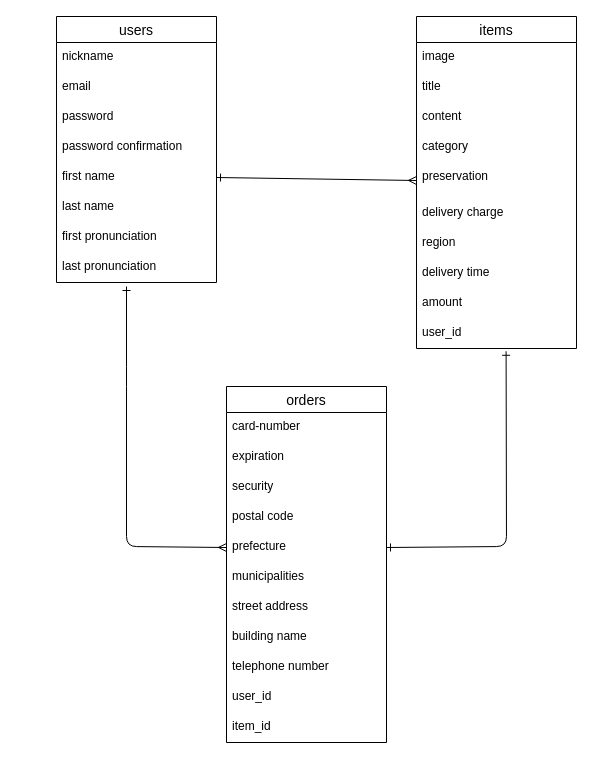
Before: ER.dio in hiyokomame2525/furima-40055, a draw.io diagram. Source tidied: cells renumbered, new cells numbered last; positions are measured from the earlier drawing's top-left corner, leaving out a move shared by most shapes. Both pictures are drawn from the tidied source at 100%, with x=0, y=0 at pixel (56, 16).
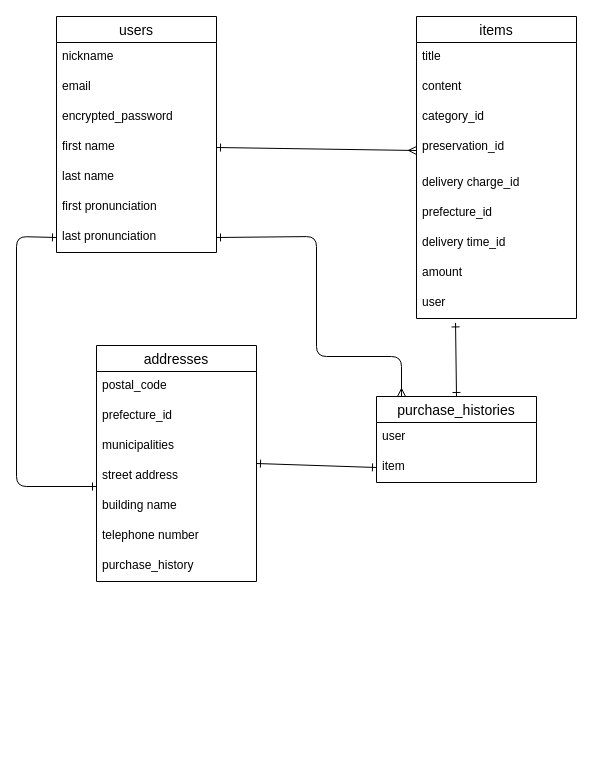
The same diagram, later.

Diff of the diagram source:
```diff
@@
     <mxCell id="2" value="users" style="swimlane;fontStyle=0;horizontal=1;startSize=26;align=center;fontSize=14;" parent="1" vertex="1">
-      <mxGeometry width="160" height="266" as="geometry" />
+      <mxGeometry width="160" height="236" as="geometry" />
     </mxCell>
@@
-    <mxCell id="5" value="password" style="text;strokeColor=none;fillColor=none;spacingLeft=4;spacingRight=4;overflow=hidden;fontSize=12;" parent="2" vertex="1">
+    <mxCell id="5" value="encrypted_password" style="text;strokeColor=none;fillColor=none;spacingLeft=4;spacingRight=4;overflow=hidden;fontSize=12;" parent="2" vertex="1">
       <mxGeometry y="86" width="160" height="30" as="geometry" />
     </mxCell>
-    <mxCell id="6" value="password confirmation" style="text;strokeColor=none;fillColor=none;spacingLeft=4;spacingRight=4;overflow=hidden;fontSize=12;" parent="2" vertex="1">
-      <mxGeometry y="116" width="160" height="30" as="geometry" />
-    </mxCell>
     <mxCell id="7" value="first name" style="text;strokeColor=none;fillColor=none;spacingLeft=4;spacingRight=4;overflow=hidden;points=[[0,0.5],[1,0.5]];portConstraint=eastwest;fontSize=12;" parent="2" vertex="1">
-      <mxGeometry y="146" width="160" height="30" as="geometry" />
+      <mxGeometry y="116" width="160" height="30" as="geometry" />
     </mxCell>
     <mxCell id="8" value="last name" style="text;strokeColor=none;fillColor=none;spacingLeft=4;spacingRight=4;overflow=hidden;fontSize=12;" parent="2" vertex="1">
-      <mxGeometry y="176" width="160" height="30" as="geometry" />
+      <mxGeometry y="146" width="160" height="30" as="geometry" />
     </mxCell>
     <mxCell id="9" value="first pronunciation" style="text;strokeColor=none;fillColor=none;spacingLeft=4;spacingRight=4;overflow=hidden;fontSize=12;" parent="2" vertex="1">
-      <mxGeometry y="206" width="160" height="30" as="geometry" />
+      <mxGeometry y="176" width="160" height="30" as="geometry" />
     </mxCell>
     <mxCell id="10" value="last pronunciation" style="text;strokeColor=none;fillColor=none;spacingLeft=4;spacingRight=4;overflow=hidden;points=[[0,0.5],[1,0.5]];portConstraint=eastwest;fontSize=12;" parent="2" vertex="1">
-      <mxGeometry y="236" width="160" height="30" as="geometry" />
+      <mxGeometry y="206" width="160" height="30" as="geometry" />
     </mxCell>
     <mxCell id="11" value="items" style="swimlane;fontStyle=0;horizontal=1;startSize=26;align=center;fontSize=14;" parent="1" vertex="1">
-      <mxGeometry x="360" width="160" height="332" as="geometry" />
+      <mxGeometry x="360" width="160" height="302" as="geometry" />
     </mxCell>
-    <mxCell id="12" value="image" style="text;spacingLeft=4;spacingRight=4;overflow=hidden;fontSize=12;labelBackgroundColor=none;" parent="11" vertex="1">
-      <mxGeometry y="26" width="160" height="30" as="geometry" />
-    </mxCell>
     <mxCell id="13" value="title" style="text;spacingLeft=4;spacingRight=4;overflow=hidden;fontSize=12;labelBackgroundColor=none;" parent="11" vertex="1">
-      <mxGeometry y="56" width="160" height="30" as="geometry" />
+      <mxGeometry y="26" width="160" height="30" as="geometry" />
     </mxCell>
     <mxCell id="14" value="content" style="text;spacingLeft=4;spacingRight=4;overflow=hidden;fontSize=12;" parent="11" vertex="1">
-      <mxGeometry y="86" width="160" height="30" as="geometry" />
+      <mxGeometry y="56" width="160" height="30" as="geometry" />
     </mxCell>
-    <mxCell id="15" value="category" style="text;spacingLeft=4;spacingRight=4;overflow=hidden;fontSize=12;" parent="11" vertex="1">
-      <mxGeometry y="116" width="160" height="30" as="geometry" />
+    <mxCell id="15" value="category_id" style="text;spacingLeft=4;spacingRight=4;overflow=hidden;fontSize=12;" parent="11" vertex="1">
+      <mxGeometry y="86" width="160" height="30" as="geometry" />
     </mxCell>
-    <mxCell id="16" value="preservation" style="text;strokeColor=none;fillColor=none;spacingLeft=4;spacingRight=4;overflow=hidden;points=[[0,0.5],[1,0.5]];portConstraint=eastwest;fontSize=12;" parent="11" vertex="1">
-      <mxGeometry y="146" width="160" height="36" as="geometry" />
+    <mxCell id="16" value="preservation_id" style="text;strokeColor=none;fillColor=none;spacingLeft=4;spacingRight=4;overflow=hidden;points=[[0,0.5],[1,0.5]];portConstraint=eastwest;fontSize=12;" parent="11" vertex="1">
+      <mxGeometry y="116" width="160" height="36" as="geometry" />
     </mxCell>
-    <mxCell id="17" value="delivery charge" style="text;strokeColor=none;fillColor=none;spacingLeft=4;spacingRight=4;overflow=hidden;fontSize=12;" parent="11" vertex="1">
-      <mxGeometry y="182" width="160" height="30" as="geometry" />
+    <mxCell id="17" value="delivery charge_id" style="text;strokeColor=none;fillColor=none;spacingLeft=4;spacingRight=4;overflow=hidden;fontSize=12;" parent="11" vertex="1">
+      <mxGeometry y="152" width="160" height="30" as="geometry" />
     </mxCell>
-    <mxCell id="18" value="region" style="text;strokeColor=none;fillColor=none;spacingLeft=4;spacingRight=4;overflow=hidden;fontSize=12;" parent="11" vertex="1">
-      <mxGeometry y="212" width="160" height="30" as="geometry" />
+    <mxCell id="18" value="prefecture_id" style="text;strokeColor=none;fillColor=none;spacingLeft=4;spacingRight=4;overflow=hidden;fontSize=12;" parent="11" vertex="1">
+      <mxGeometry y="182" width="160" height="30" as="geometry" />
     </mxCell>
-    <mxCell id="19" value="delivery time" style="text;strokeColor=none;fillColor=none;spacingLeft=4;spacingRight=4;overflow=hidden;fontSize=12;" parent="11" vertex="1">
-      <mxGeometry y="242" width="160" height="30" as="geometry" />
+    <mxCell id="19" value="delivery time_id" style="text;strokeColor=none;fillColor=none;spacingLeft=4;spacingRight=4;overflow=hidden;fontSize=12;" parent="11" vertex="1">
+      <mxGeometry y="212" width="160" height="30" as="geometry" />
     </mxCell>
     <mxCell id="20" value="amount" style="text;strokeColor=none;fillColor=none;spacingLeft=4;spacingRight=4;overflow=hidden;fontSize=12;" parent="11" vertex="1">
-      <mxGeometry y="272" width="160" height="30" as="geometry" />
+      <mxGeometry y="242" width="160" height="30" as="geometry" />
     </mxCell>
-    <mxCell id="21" value="user_id" style="text;strokeColor=none;fillColor=none;spacingLeft=4;spacingRight=4;overflow=hidden;points=[[0,0.5],[1,0.5]];portConstraint=eastwest;fontSize=12;" parent="11" vertex="1">
-      <mxGeometry y="302" width="160" height="30" as="geometry" />
+    <mxCell id="21" value="user" style="text;strokeColor=none;fillColor=none;spacingLeft=4;spacingRight=4;overflow=hidden;points=[[0,0.5],[1,0.5]];portConstraint=eastwest;fontSize=12;" parent="11" vertex="1">
+      <mxGeometry y="272" width="160" height="30" as="geometry" />
     </mxCell>
+    <mxCell id="37" style="edgeStyle=none;html=1;exitX=1;exitY=0.5;exitDx=0;exitDy=0;entryX=0;entryY=0.5;entryDx=0;entryDy=0;startArrow=ERone;startFill=0;endArrow=ERone;endFill=0;" parent="1" edge="1" source="22" target="41">
+      <mxGeometry relative="1" as="geometry" />
+    </mxCell>
-    <mxCell id="22" value="orders" style="swimlane;fontStyle=0;horizontal=1;startSize=26;align=center;fontSize=14;" parent="1" vertex="1">
-      <mxGeometry x="170" y="370" width="160" height="356" as="geometry" />
+    <mxCell id="22" value="addresses" style="swimlane;fontStyle=0;horizontal=1;startSize=26;align=center;fontSize=14;" parent="1" vertex="1">
+      <mxGeometry x="40" y="329" width="160" height="236" as="geometry" />
     </mxCell>
-    <mxCell id="23" value="card-number" style="text;strokeColor=none;fillColor=none;spacingLeft=4;spacingRight=4;overflow=hidden;fontSize=12;" parent="22" vertex="1">
-      <mxGeometry y="26" width="160" height="30" as="geometry" />
-    </mxCell>
-    <mxCell id="24" value="expiration" style="text;strokeColor=none;fillColor=none;spacingLeft=4;spacingRight=4;overflow=hidden;fontSize=12;" parent="22" vertex="1">
-      <mxGeometry y="56" width="160" height="30" as="geometry" />
-    </mxCell>
-    <mxCell id="25" value="security" style="text;strokeColor=none;fillColor=none;spacingLeft=4;spacingRight=4;overflow=hidden;fontSize=12;" parent="22" vertex="1">
-      <mxGeometry y="86" width="160" height="30" as="geometry" />
-    </mxCell>
-    <mxCell id="26" value="postal code" style="text;strokeColor=none;fillColor=none;spacingLeft=4;spacingRight=4;overflow=hidden;fontSize=12;" parent="22" vertex="1">
-      <mxGeometry y="116" width="160" height="30" as="geometry" />
+    <mxCell id="26" value="postal_code" style="text;strokeColor=none;fillColor=none;spacingLeft=4;spacingRight=4;overflow=hidden;fontSize=12;" parent="22" vertex="1">
+      <mxGeometry y="26" width="160" height="30" as="geometry" />
     </mxCell>
-    <mxCell id="27" value="prefecture" style="text;strokeColor=none;fillColor=none;spacingLeft=4;spacingRight=4;overflow=hidden;points=[[0,0.5],[1,0.5]];portConstraint=eastwest;fontSize=12;" parent="22" vertex="1">
-      <mxGeometry y="146" width="160" height="30" as="geometry" />
+    <mxCell id="27" value="prefecture_id" style="text;strokeColor=none;fillColor=none;spacingLeft=4;spacingRight=4;overflow=hidden;points=[[0,0.5],[1,0.5]];portConstraint=eastwest;fontSize=12;" parent="22" vertex="1">
+      <mxGeometry y="56" width="160" height="30" as="geometry" />
     </mxCell>
     <mxCell id="28" value="municipalities" style="text;strokeColor=none;fillColor=none;spacingLeft=4;spacingRight=4;overflow=hidden;fontSize=12;" parent="22" vertex="1">
-      <mxGeometry y="176" width="160" height="30" as="geometry" />
+      <mxGeometry y="86" width="160" height="30" as="geometry" />
     </mxCell>
     <mxCell id="29" value="street address" style="text;strokeColor=none;fillColor=none;spacingLeft=4;spacingRight=4;overflow=hidden;fontSize=12;" parent="22" vertex="1">
-      <mxGeometry y="206" width="160" height="30" as="geometry" />
+      <mxGeometry y="116" width="160" height="30" as="geometry" />
     </mxCell>
     <mxCell id="30" value="building name" style="text;strokeColor=none;fillColor=none;spacingLeft=4;spacingRight=4;overflow=hidden;fontSize=12;" parent="22" vertex="1">
-      <mxGeometry y="236" width="160" height="30" as="geometry" />
+      <mxGeometry y="146" width="160" height="30" as="geometry" />
     </mxCell>
     <mxCell id="31" value="telephone number" style="text;strokeColor=none;fillColor=none;spacingLeft=4;spacingRight=4;overflow=hidden;fontSize=12;" parent="22" vertex="1">
-      <mxGeometry y="266" width="160" height="30" as="geometry" />
+      <mxGeometry y="176" width="160" height="30" as="geometry" />
     </mxCell>
-    <mxCell id="32" value="user_id" style="text;strokeColor=none;fillColor=none;spacingLeft=4;spacingRight=4;overflow=hidden;fontSize=12;" parent="22" vertex="1">
-      <mxGeometry y="296" width="160" height="30" as="geometry" />
+    <mxCell id="32" value="purchase_history" style="text;strokeColor=none;fillColor=none;spacingLeft=4;spacingRight=4;overflow=hidden;fontSize=12;" parent="22" vertex="1">
+      <mxGeometry y="206" width="160" height="30" as="geometry" />
     </mxCell>
-    <mxCell id="33" value="item_id" style="text;strokeColor=none;fillColor=none;spacingLeft=4;spacingRight=4;overflow=hidden;fontSize=12;" parent="22" vertex="1">
-      <mxGeometry y="326" width="160" height="30" as="geometry" />
-    </mxCell>
@@
-    <mxCell id="35" style="edgeStyle=none;html=1;exitX=0;exitY=0.5;exitDx=0;exitDy=0;strokeWidth=1;startArrow=ERmany;startFill=0;endArrow=ERone;endFill=0;" parent="1" edge="1" source="27">
-      <mxGeometry relative="1" as="geometry">
-        <mxPoint x="70" y="270" as="targetPoint" />
-        <Array as="points">
-          <mxPoint x="70" y="530" />
-          <mxPoint x="70" y="360" />
-        </Array>
-      </mxGeometry>
-    </mxCell>
-    <mxCell id="36" style="edgeStyle=none;html=1;exitX=1;exitY=0.5;exitDx=0;exitDy=0;entryX=0.56;entryY=1.093;entryDx=0;entryDy=0;entryPerimeter=0;strokeWidth=1;startArrow=ERone;startFill=0;endArrow=ERone;endFill=0;" parent="1" edge="1" source="27" target="21">
-      <mxGeometry relative="1" as="geometry">
-        <Array as="points">
-          <mxPoint x="450" y="530" />
-        </Array>
-      </mxGeometry>
-    </mxCell>
+    <mxCell id="38" style="edgeStyle=none;html=1;exitX=0.5;exitY=0;exitDx=0;exitDy=0;entryX=0.244;entryY=1.147;entryDx=0;entryDy=0;entryPerimeter=0;startArrow=ERone;startFill=0;endArrow=ERone;endFill=0;" parent="1" edge="1" source="39" target="21">
+      <mxGeometry relative="1" as="geometry" />
+    </mxCell>
+    <mxCell id="39" value="purchase_histories" style="swimlane;fontStyle=0;horizontal=1;startSize=26;align=center;fontSize=14;" parent="1" vertex="1">
+      <mxGeometry x="320" y="380" width="160" height="86" as="geometry" />
+    </mxCell>
+    <mxCell id="40" value="user" style="text;strokeColor=none;fillColor=none;spacingLeft=4;spacingRight=4;overflow=hidden;fontSize=12;" parent="39" vertex="1">
+      <mxGeometry y="26" width="160" height="30" as="geometry" />
+    </mxCell>
+    <mxCell id="41" value="item" style="text;strokeColor=none;fillColor=none;spacingLeft=4;spacingRight=4;overflow=hidden;points=[[0,0.5],[1,0.5]];portConstraint=eastwest;fontSize=12;" parent="39" vertex="1">
+      <mxGeometry y="56" width="160" height="30" as="geometry" />
+    </mxCell>
+    <mxCell id="42" style="edgeStyle=none;html=1;exitX=1;exitY=0.5;exitDx=0;exitDy=0;startArrow=ERone;startFill=0;endArrow=ERmany;endFill=0;" parent="1" edge="1" source="10">
+      <mxGeometry relative="1" as="geometry">
+        <mxPoint x="345" y="380" as="targetPoint" />
+        <Array as="points">
+          <mxPoint x="260" y="220" />
+          <mxPoint x="260" y="340" />
+          <mxPoint x="345" y="340" />
+        </Array>
+      </mxGeometry>
+    </mxCell>
+    <mxCell id="43" style="edgeStyle=none;html=1;exitX=0;exitY=0.5;exitDx=0;exitDy=0;startArrow=ERone;startFill=0;endArrow=ERone;endFill=0;" parent="1" edge="1" source="10">
+      <mxGeometry relative="1" as="geometry">
+        <mxPoint x="40" y="470" as="targetPoint" />
+        <Array as="points">
+          <mxPoint x="-40" y="220" />
+          <mxPoint x="-40" y="470" />
+        </Array>
+      </mxGeometry>
+    </mxCell>
```
